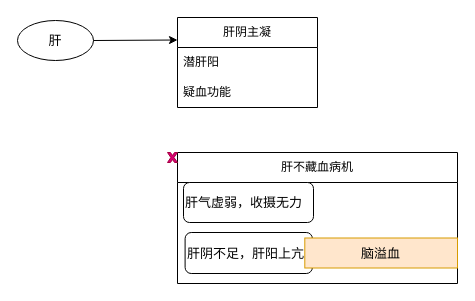
The draw.io diagram 医门推敲叁/中医藏象学说/藏象学说之肝/肝的生理功能/肝主藏血之防止出血.drawio in 328507133/chart, before the edit. Source tidied: cells renumbered, new cells numbered last; positions are measured from the earlier drawing's top-left corner, leaving out a move shared by most shapes. Both pictures are drawn from the tidied source at 100%, with x=0, y=0 at pixel (17, 17).
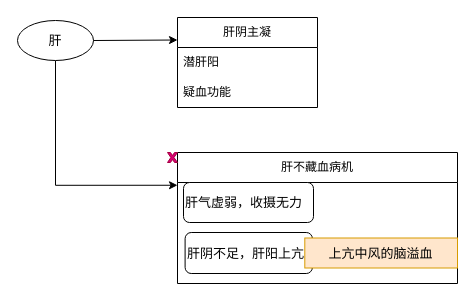
After the change.

Commit message (it also covers changes not shown here):
更新肝主藏血之防止出血.drawio

Diff of the diagram source:
```diff
@@
 <mxGraphModel>
   <root>
     <mxCell id="0" />
     <mxCell id="1" parent="0" />
     <mxCell id="2" value="肝阴主凝" style="swimlane;fontStyle=0;horizontal=1;startSize=30;whiteSpace=wrap;html=1;" parent="1" vertex="1">
       <mxGeometry x="160" width="140" height="90" as="geometry" />
     </mxCell>
     <mxCell id="3" value="潜肝阳" style="text;strokeColor=none;fillColor=none;align=left;verticalAlign=middle;spacingLeft=4;spacingRight=4;overflow=hidden;whiteSpace=wrap;html=1;" parent="2" vertex="1">
       <mxGeometry y="30" width="140" height="30" as="geometry" />
     </mxCell>
     <mxCell id="4" value="疑血功能" style="text;strokeColor=none;fillColor=none;align=left;verticalAlign=middle;spacingLeft=4;spacingRight=4;overflow=hidden;whiteSpace=wrap;html=1;" parent="2" vertex="1">
       <mxGeometry y="60" width="140" height="30" as="geometry" />
     </mxCell>
+    <mxCell id="16" style="edgeStyle=orthogonalEdgeStyle;rounded=0;jettySize=auto;html=1;exitX=0.5;exitY=1;exitDx=0;exitDy=0;entryX=0;entryY=0.25;entryDx=0;entryDy=0;" parent="1" edge="1" source="5" target="8">
+      <mxGeometry relative="1" as="geometry" />
+    </mxCell>
     <mxCell id="5" value="肝" style="ellipse;whiteSpace=wrap;html=1;fontSize=13;" parent="1" vertex="1">
       <mxGeometry y="3" width="76" height="40" as="geometry" />
     </mxCell>
     <mxCell id="6" style="endArrow=classic;html=1;rounded=0;exitX=1;exitY=0.5;exitDx=0;exitDy=0;entryX=0;entryY=0.25;entryDx=0;entryDy=0;" parent="1" edge="1" source="5" target="2">
       <mxGeometry relative="1" as="geometry" />
     </mxCell>
     <mxCell id="7" style="group;" parent="1" vertex="1">
       <mxGeometry x="150" y="135" width="290" height="131" as="geometry" />
     </mxCell>
     <mxCell id="8" value="肝不藏血病机" style="swimlane;fontStyle=0;horizontal=1;startSize=30;whiteSpace=wrap;html=1;" parent="7" vertex="1">
       <mxGeometry x="10" width="280" height="131" as="geometry" />
     </mxCell>
     <mxCell id="9" style="group;fontSize=13;align=left;" parent="8" vertex="1">
       <mxGeometry y="30" width="280" height="101" as="geometry" />
     </mxCell>
     <mxCell id="10" style="group;" parent="9" vertex="1">
       <mxGeometry x="6" width="244" height="40" as="geometry" />
     </mxCell>
     <mxCell id="11" value="肝气虚弱，收摄无力" style="rounded=1;whiteSpace=wrap;html=1;fontSize=13;align=left;" parent="10" vertex="1">
       <mxGeometry width="130" height="40" as="geometry" />
     </mxCell>
     <mxCell id="12" style="group;fontSize=13;align=left;" parent="9" vertex="1">
       <mxGeometry y="50" width="280" height="41" as="geometry" />
     </mxCell>
     <mxCell id="13" value="肝阴不足，肝阳上亢" style="rounded=1;whiteSpace=wrap;html=1;fontSize=13;align=left;" parent="12" vertex="1">
       <mxGeometry x="7.6" width="127.3" height="41" as="geometry" />
     </mxCell>
-    <mxCell id="14" value="脑溢血" style="text;html=1;strokeColor=#d79b00;fillColor=#ffe6cc;align=center;verticalAlign=middle;whiteSpace=wrap;rounded=0;fontSize=13;" parent="12" vertex="1">
+    <mxCell id="14" value="上亢中风的脑溢血" style="text;html=1;strokeColor=#d79b00;fillColor=#ffe6cc;align=center;verticalAlign=middle;whiteSpace=wrap;rounded=0;fontSize=13;" parent="12" vertex="1">
       <mxGeometry x="127.3" y="5.5" width="152.7" height="30" as="geometry" />
     </mxCell>
     <mxCell id="15" style="verticalLabelPosition=bottom;verticalAlign=top;html=1;shape=mxgraph.basic.x;fontColor=#ffffff;fillColor=#d80073;strokeColor=#A50040;" parent="7" vertex="1">
       <mxGeometry width="10" height="10" as="geometry" />
     </mxCell>
   </root>
 </mxGraphModel>
```
